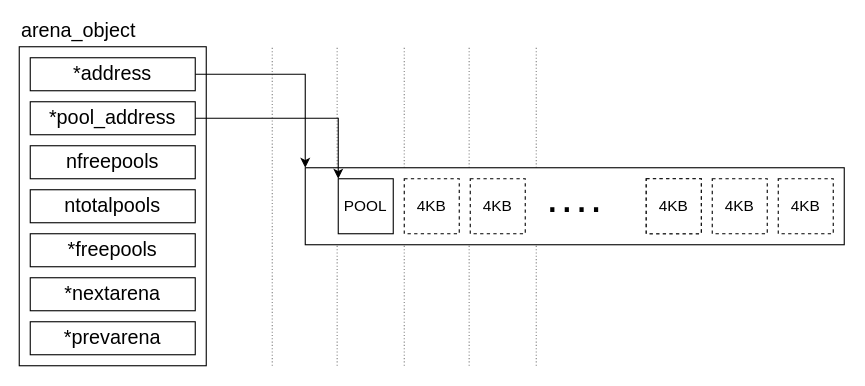
Earlier version of the draw.io diagram page "arena_align" (1 of 7) of source/_posts/cpython-memory-management/graph.drawio (huangsunyang/huangsunyang.github.io). Source tidied: cells renumbered, new cells numbered last; positions are measured from the earlier drawing's top-left corner, leaving out a move shared by most shapes. Both pictures are drawn from the tidied source at 110%, with x=0, y=0 at pixel (19, 46).
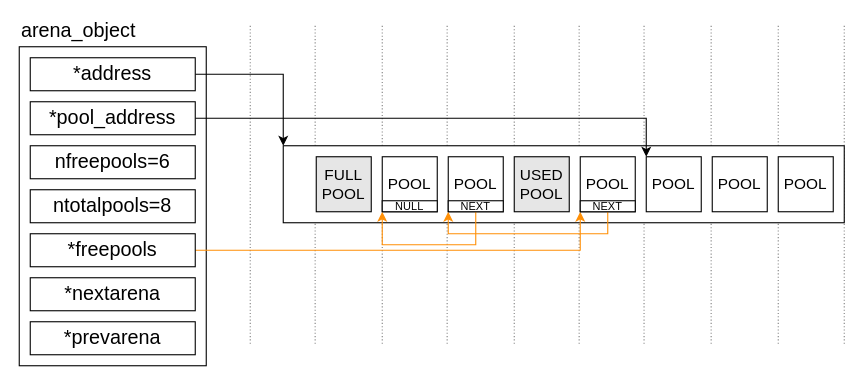
After the change.

Unchanged cells that the change refers to:
```xml
<mxCell id="19" value="*pool_address" style="rounded=0;whiteSpace=wrap;html=1;fontSize=18;fontStyle=0;" parent="1" vertex="1">
  <mxGeometry x="10" y="50" width="150" height="30" as="geometry" />
</mxCell>
<mxCell id="22" value="*freepools" style="rounded=0;whiteSpace=wrap;html=1;fontSize=18;fontStyle=0;" parent="1" vertex="1">
  <mxGeometry x="10" y="170" width="150" height="30" as="geometry" />
</mxCell>
```

Change to the diagram source:
```diff
@@
+    <mxCell id="25" style="endArrow=none;dashed=1;html=1;fontSize=14;dashPattern=1 2;comic=0;shadow=0;opacity=50;" parent="1" edge="1">
+      <mxGeometry relative="1" as="geometry">
+        <mxPoint x="568" y="270" as="sourcePoint" />
+        <mxPoint x="568" y="-20" as="targetPoint" />
+      </mxGeometry>
+    </mxCell>
+    <mxCell id="26" style="endArrow=none;dashed=1;html=1;fontSize=14;dashPattern=1 2;comic=0;shadow=0;opacity=50;" parent="1" edge="1">
+      <mxGeometry relative="1" as="geometry">
+        <mxPoint x="509" y="270" as="sourcePoint" />
+        <mxPoint x="509" y="-20" as="targetPoint" />
+      </mxGeometry>
+    </mxCell>
+    <mxCell id="27" style="endArrow=none;dashed=1;html=1;fontSize=14;dashPattern=1 2;comic=0;shadow=0;opacity=50;" parent="1" edge="1">
+      <mxGeometry relative="1" as="geometry">
+        <mxPoint x="629" y="270" as="sourcePoint" />
+        <mxPoint x="629" y="-20" as="targetPoint" />
+      </mxGeometry>
+    </mxCell>
+    <mxCell id="28" style="endArrow=none;dashed=1;html=1;fontSize=14;dashPattern=1 2;comic=0;shadow=0;opacity=50;" parent="1" edge="1">
+      <mxGeometry relative="1" as="geometry">
+        <mxPoint x="690" y="270" as="sourcePoint" />
+        <mxPoint x="690" y="-20" as="targetPoint" />
+      </mxGeometry>
+    </mxCell>
+    <mxCell id="29" style="endArrow=none;dashed=1;html=1;fontSize=14;dashPattern=1 2;comic=0;shadow=0;opacity=50;" parent="1" edge="1">
+      <mxGeometry relative="1" as="geometry">
+        <mxPoint x="750" y="270" as="sourcePoint" />
+        <mxPoint x="750" y="-20" as="targetPoint" />
+      </mxGeometry>
+    </mxCell>
     <mxCell id="2" style="endArrow=none;dashed=1;html=1;fontSize=14;dashPattern=1 2;comic=0;shadow=0;opacity=50;" parent="1" edge="1">
       <mxGeometry relative="1" as="geometry">
-        <mxPoint x="289" y="290" as="sourcePoint" />
-        <mxPoint x="289" as="targetPoint" />
+        <mxPoint x="269" y="270" as="sourcePoint" />
+        <mxPoint x="269" y="-20" as="targetPoint" />
       </mxGeometry>
     </mxCell>
     <mxCell id="3" style="endArrow=none;dashed=1;html=1;fontSize=14;dashPattern=1 2;comic=0;shadow=0;opacity=50;" parent="1" edge="1">
       <mxGeometry relative="1" as="geometry">
-        <mxPoint x="230" y="290" as="sourcePoint" />
-        <mxPoint x="230" as="targetPoint" />
+        <mxPoint x="210" y="270" as="sourcePoint" />
+        <mxPoint x="210" y="-20" as="targetPoint" />
       </mxGeometry>
     </mxCell>
     <mxCell id="4" style="endArrow=none;dashed=1;html=1;fontSize=14;dashPattern=1 2;comic=0;shadow=0;opacity=50;" parent="1" edge="1">
       <mxGeometry relative="1" as="geometry">
-        <mxPoint x="409" y="290" as="sourcePoint" />
-        <mxPoint x="409" as="targetPoint" />
+        <mxPoint x="389" y="270" as="sourcePoint" />
+        <mxPoint x="389" y="-20" as="targetPoint" />
       </mxGeometry>
     </mxCell>
     <mxCell id="5" style="endArrow=none;dashed=1;html=1;fontSize=14;dashPattern=1 2;comic=0;shadow=0;opacity=50;" parent="1" edge="1">
       <mxGeometry relative="1" as="geometry">
-        <mxPoint x="470" y="290" as="sourcePoint" />
-        <mxPoint x="470" as="targetPoint" />
+        <mxPoint x="450" y="270" as="sourcePoint" />
+        <mxPoint x="450" y="-20" as="targetPoint" />
       </mxGeometry>
     </mxCell>
     <mxCell id="6" style="endArrow=none;dashed=1;html=1;fontSize=14;dashPattern=1 2;comic=0;shadow=0;opacity=50;" parent="1" edge="1">
       <mxGeometry relative="1" as="geometry">
-        <mxPoint x="350" y="290" as="sourcePoint" />
-        <mxPoint x="350" as="targetPoint" />
+        <mxPoint x="330" y="270" as="sourcePoint" />
+        <mxPoint x="330" y="-20" as="targetPoint" />
       </mxGeometry>
     </mxCell>
-    <mxCell id="7" value="&lt;span style=&quot;font-size: 40px&quot;&gt;····&lt;/span&gt;" style="whiteSpace=wrap;html=1;fontStyle=0;" parent="1" vertex="1">
-      <mxGeometry x="260" y="110" width="490" height="70" as="geometry" />
+    <mxCell id="7" style="whiteSpace=wrap;html=1;fontStyle=0;" parent="1" vertex="1">
+      <mxGeometry x="240" y="90" width="510" height="70" as="geometry" />
     </mxCell>
-    <mxCell id="8" value="POOL" style="whiteSpace=wrap;html=1;fontSize=14;fontStyle=0;" parent="1" vertex="1">
-      <mxGeometry x="290" y="120" width="50" height="50" as="geometry" />
+    <mxCell id="8" value="FULL&lt;br&gt;POOL" style="whiteSpace=wrap;html=1;fontSize=14;fontStyle=0;fillColor=#E6E6E6;" parent="1" vertex="1">
+      <mxGeometry x="270" y="100" width="50" height="50" as="geometry" />
     </mxCell>
-    <mxCell id="9" value="4KB" style="whiteSpace=wrap;html=1;dashed=1;fontSize=14;fontStyle=0;" parent="1" vertex="1">
-      <mxGeometry x="350" y="120" width="50" height="50" as="geometry" />
+    <mxCell id="9" value="POOL" style="whiteSpace=wrap;html=1;fontSize=14;fontStyle=0;" parent="1" vertex="1">
+      <mxGeometry x="330" y="100" width="50" height="50" as="geometry" />
     </mxCell>
-    <mxCell id="10" value="4KB" style="whiteSpace=wrap;html=1;dashed=1;fontSize=14;fontStyle=0;" parent="1" vertex="1">
-      <mxGeometry x="410" y="120" width="50" height="50" as="geometry" />
+    <mxCell id="10" value="POOL" style="whiteSpace=wrap;html=1;fontSize=14;fontStyle=0;" parent="1" vertex="1">
+      <mxGeometry x="390" y="100" width="50" height="50" as="geometry" />
     </mxCell>
-    <mxCell id="11" style="whiteSpace=wrap;html=1;dashed=1;" parent="1" vertex="1">
-      <mxGeometry x="570" y="120" width="50" height="50" as="geometry" />
-    </mxCell>
-    <mxCell id="12" value="4KB" style="whiteSpace=wrap;html=1;dashed=1;fontSize=14;fontStyle=0;" parent="1" vertex="1">
-      <mxGeometry x="630" y="120" width="50" height="50" as="geometry" />
+    <mxCell id="12" value="POOL" style="whiteSpace=wrap;html=1;fontSize=14;fontStyle=0;" parent="1" vertex="1">
+      <mxGeometry x="630" y="100" width="50" height="50" as="geometry" />
     </mxCell>
-    <mxCell id="13" value="4KB" style="whiteSpace=wrap;html=1;dashed=1;fontSize=14;fontStyle=0;" parent="1" vertex="1">
-      <mxGeometry x="690" y="120" width="50" height="50" as="geometry" />
+    <mxCell id="13" value="POOL" style="whiteSpace=wrap;html=1;fontSize=14;fontStyle=0;" parent="1" vertex="1">
+      <mxGeometry x="690" y="100" width="50" height="50" as="geometry" />
     </mxCell>
-    <mxCell id="14" value="4KB" style="whiteSpace=wrap;html=1;dashed=1;fontSize=14;fontStyle=0;" parent="1" vertex="1">
-      <mxGeometry x="570" y="120" width="50" height="50" as="geometry" />
+    <mxCell id="14" value="POOL" style="whiteSpace=wrap;html=1;fontSize=14;fontStyle=0;" parent="1" vertex="1">
+      <mxGeometry x="570" y="100" width="50" height="50" as="geometry" />
     </mxCell>
@@
-    <mxCell id="18" style="edgeStyle=orthogonalEdgeStyle;rounded=0;jettySize=auto;html=1;entryX=0;entryY=0;entryDx=0;entryDy=0;fontSize=14;" parent="1" edge="1" source="19" target="8">
-      <mxGeometry relative="1" as="geometry" />
-    </mxCell>
+    <mxCell id="30" style="edgeStyle=orthogonalEdgeStyle;rounded=0;jettySize=auto;html=1;entryX=0;entryY=0;entryDx=0;entryDy=0;strokeColor=#000000;fontSize=10;" parent="1" edge="1" source="19" target="14">
+      <mxGeometry relative="1" as="geometry" />
+    </mxCell>
@@
-    <mxCell id="20" value="nfreepools" style="rounded=0;whiteSpace=wrap;html=1;fontSize=18;fontStyle=0;" parent="1" vertex="1">
+    <mxCell id="20" value="nfreepools=6" style="rounded=0;whiteSpace=wrap;html=1;fontSize=18;fontStyle=0;" parent="1" vertex="1">
       <mxGeometry x="10" y="90" width="150" height="30" as="geometry" />
     </mxCell>
-    <mxCell id="21" value="ntotalpools" style="rounded=0;whiteSpace=wrap;html=1;fontSize=18;fontStyle=0;" parent="1" vertex="1">
+    <mxCell id="21" value="ntotalpools=8" style="rounded=0;whiteSpace=wrap;html=1;fontSize=18;fontStyle=0;" parent="1" vertex="1">
       <mxGeometry x="10" y="130" width="150" height="30" as="geometry" />
     </mxCell>
+    <mxCell id="31" style="edgeStyle=orthogonalEdgeStyle;rounded=0;jettySize=auto;html=1;entryX=0;entryY=1;entryDx=0;entryDy=0;strokeColor=#FF8F06;fontSize=8;fillColor=#fad7ac;" parent="1" edge="1" source="22" target="33">
+      <mxGeometry relative="1" as="geometry" />
+    </mxCell>
@@
+    <mxCell id="32" value="USED&lt;br&gt;POOL" style="whiteSpace=wrap;html=1;fontSize=14;fontStyle=0;fillColor=#E6E6E6;" parent="1" vertex="1">
+      <mxGeometry x="450" y="100" width="50" height="50" as="geometry" />
+    </mxCell>
+    <mxCell id="33" value="POOL" style="whiteSpace=wrap;html=1;fontSize=14;fontStyle=0;" parent="1" vertex="1">
+      <mxGeometry x="510" y="100" width="50" height="50" as="geometry" />
+    </mxCell>
+    <mxCell id="34" style="edgeStyle=orthogonalEdgeStyle;rounded=0;jettySize=auto;html=1;entryX=0;entryY=1;entryDx=0;entryDy=0;strokeColor=#FF8F06;fontSize=10;" parent="1" edge="1" source="35" target="10">
+      <mxGeometry relative="1" as="geometry">
+        <Array as="points">
+          <mxPoint x="535" y="170" />
+          <mxPoint x="390" y="170" />
+        </Array>
+      </mxGeometry>
+    </mxCell>
+    <mxCell id="35" value="NEXT" style="whiteSpace=wrap;html=1;fontSize=10;fontStyle=0;" parent="1" vertex="1">
+      <mxGeometry x="510" y="140" width="50" height="10" as="geometry" />
+    </mxCell>
+    <mxCell id="36" style="edgeStyle=orthogonalEdgeStyle;rounded=0;jettySize=auto;html=1;entryX=0;entryY=1;entryDx=0;entryDy=0;strokeColor=#FF8F06;fontSize=10;" parent="1" edge="1" source="37" target="38">
+      <mxGeometry relative="1" as="geometry">
+        <Array as="points">
+          <mxPoint x="415" y="180" />
+          <mxPoint x="330" y="180" />
+        </Array>
+      </mxGeometry>
+    </mxCell>
+    <mxCell id="37" value="NEXT" style="whiteSpace=wrap;html=1;fontSize=10;fontStyle=0;" parent="1" vertex="1">
+      <mxGeometry x="390" y="140" width="50" height="10" as="geometry" />
+    </mxCell>
+    <mxCell id="38" value="NULL" style="whiteSpace=wrap;html=1;fontSize=10;fontStyle=0;" parent="1" vertex="1">
+      <mxGeometry x="330" y="140" width="50" height="10" as="geometry" />
+    </mxCell>
```
